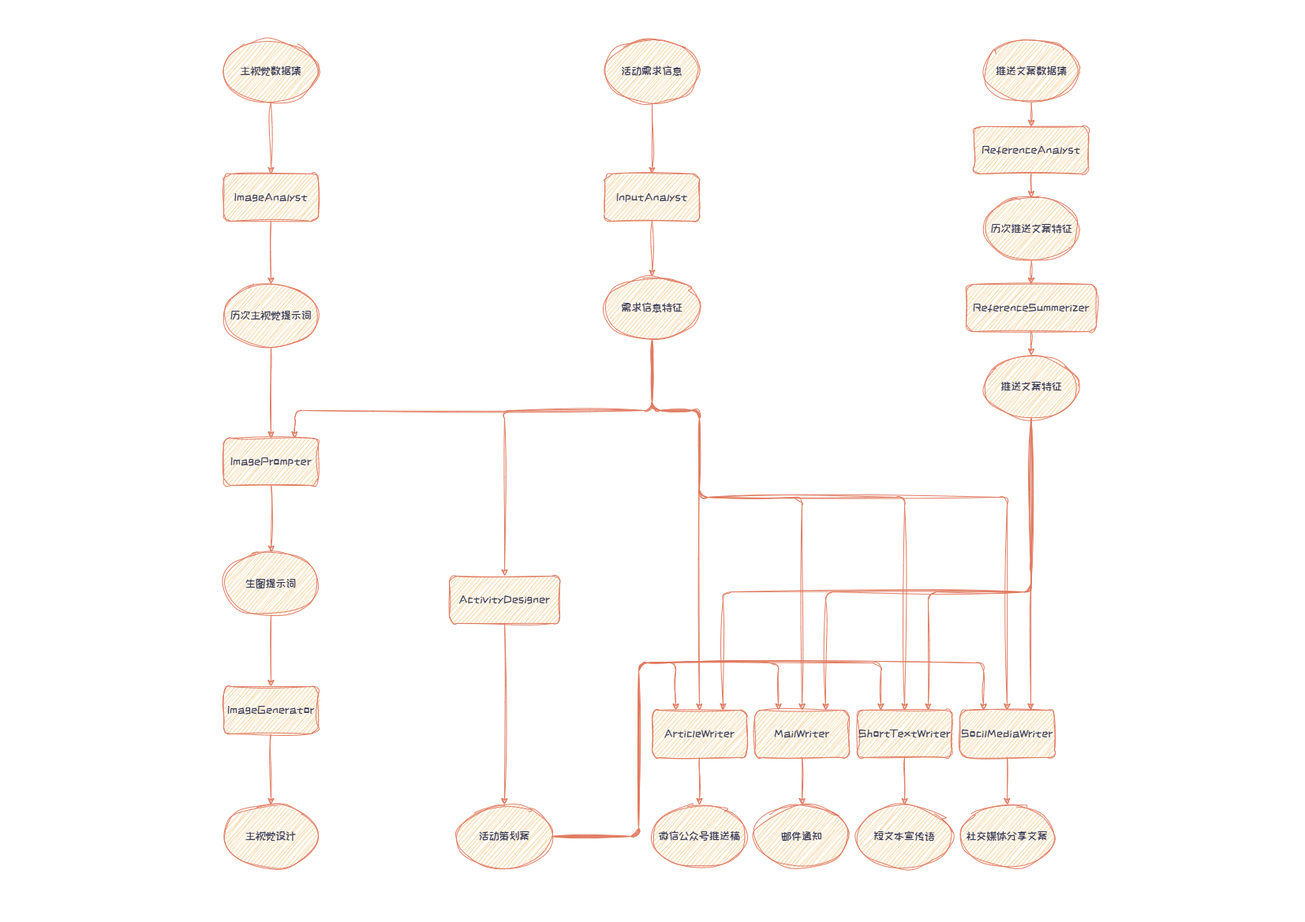
CatalpaEel/AIGame2025 keeps this draw.io diagram as docs/workflow.drawio.png. Above is the earlier version. Source tidied: cells renumbered, new cells last; positions are measured from the earlier drawing's top-left corner, leaving out a move shared by most shapes.
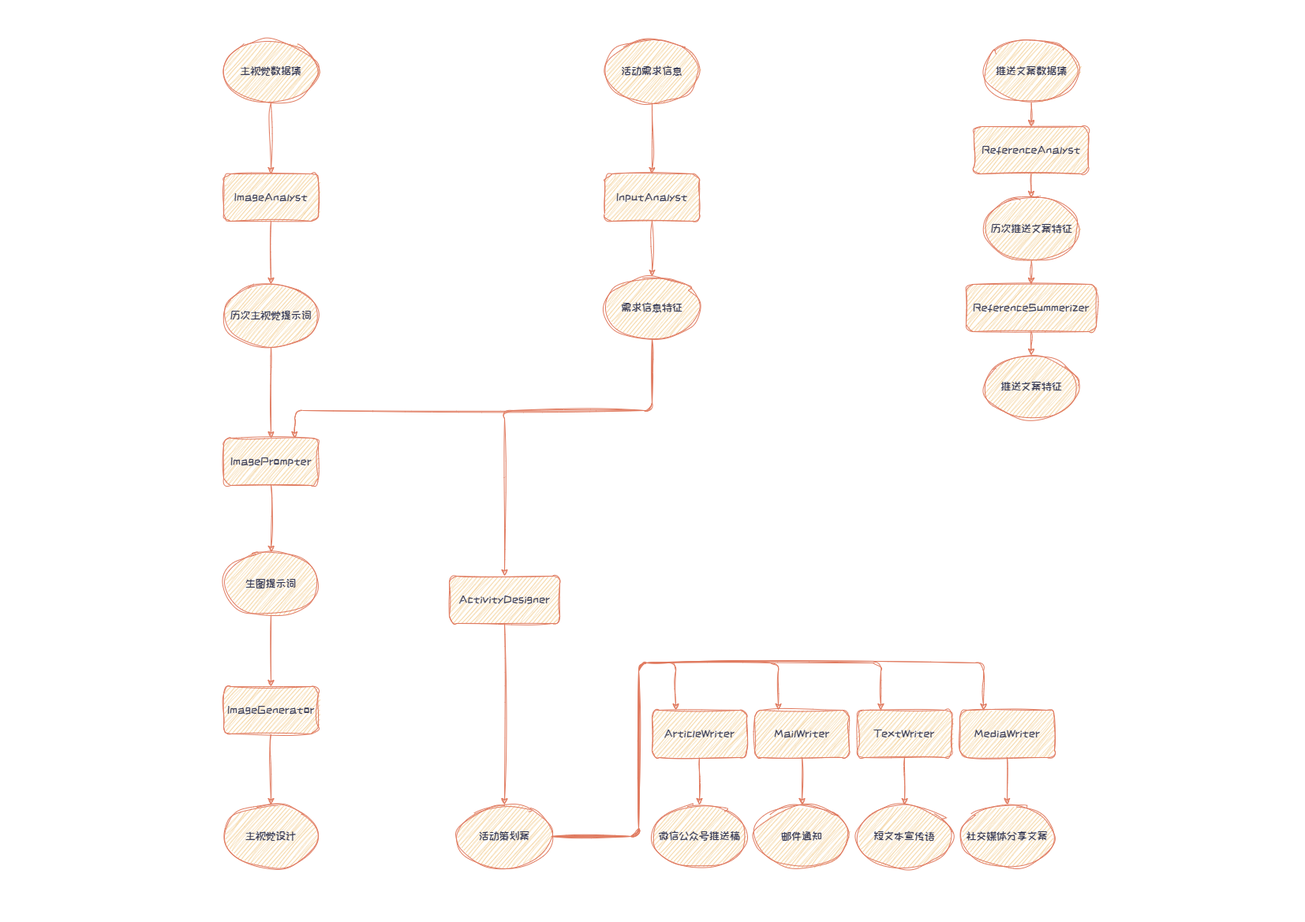
The same diagram one commit later.

What changed in the source:
```diff
@@ -40,74 +40,9 @@
     <mxCell id="13" value="历次推送文案特征" style="ellipse;whiteSpace=wrap;html=1;rounded=1;labelBackgroundColor=none;fontFamily=ZCOOL KuaiLe;fontSource=https%3A%2F%2Ffonts.googleapis.com%2Fcss%3Ffamily%3DZCOOL%2BKuaiLe;fontSize=14;fontStyle=0;textShadow=0;labelBorderColor=none;fillColor=#F2CC8F;strokeColor=#E07A5F;fontColor=#393C56;sketch=1;curveFitting=1;jiggle=2;" parent="1" vertex="1">
       <mxGeometry x="963.5" y="200" width="120" height="80" as="geometry" />
     </mxCell>
-    <mxCell id="14" style="edgeStyle=orthogonalEdgeStyle;rounded=1;jettySize=auto;html=1;exitX=0.5;exitY=1;exitDx=0;exitDy=0;entryX=0.75;entryY=0;entryDx=0;entryDy=0;labelBackgroundColor=none;fontColor=default;fontFamily=ZCOOL KuaiLe;fontSource=https%3A%2F%2Ffonts.googleapis.com%2Fcss%3Ffamily%3DZCOOL%2BKuaiLe;fontSize=14;fontStyle=0;textShadow=0;labelBorderColor=none;strokeColor=#E07A5F;sketch=1;curveFitting=1;jiggle=2;" parent="1" edge="1" source="18" target="34">
-      <mxGeometry relative="1" as="geometry">
-        <Array as="points">
-          <mxPoint x="1024" y="700" />
-          <mxPoint x="633" y="700" />
-        </Array>
-      </mxGeometry>
-    </mxCell>
-    <mxCell id="15" style="edgeStyle=orthogonalEdgeStyle;rounded=1;jettySize=auto;html=1;exitX=0.5;exitY=1;exitDx=0;exitDy=0;entryX=0.75;entryY=0;entryDx=0;entryDy=0;labelBackgroundColor=none;fontColor=default;fontFamily=ZCOOL KuaiLe;fontSource=https%3A%2F%2Ffonts.googleapis.com%2Fcss%3Ffamily%3DZCOOL%2BKuaiLe;fontSize=14;fontStyle=0;textShadow=0;labelBorderColor=none;strokeColor=#E07A5F;sketch=1;curveFitting=1;jiggle=2;" parent="1" edge="1" source="18" target="36">
-      <mxGeometry relative="1" as="geometry">
-        <Array as="points">
-          <mxPoint x="1024" y="700" />
-          <mxPoint x="763" y="700" />
-        </Array>
-      </mxGeometry>
-    </mxCell>
-    <mxCell id="16" style="edgeStyle=orthogonalEdgeStyle;rounded=1;jettySize=auto;html=1;exitX=0.5;exitY=1;exitDx=0;exitDy=0;entryX=0.75;entryY=0;entryDx=0;entryDy=0;labelBackgroundColor=none;fontColor=default;fontFamily=ZCOOL KuaiLe;fontSource=https%3A%2F%2Ffonts.googleapis.com%2Fcss%3Ffamily%3DZCOOL%2BKuaiLe;fontSize=14;fontStyle=0;textShadow=0;labelBorderColor=none;strokeColor=#E07A5F;sketch=1;curveFitting=1;jiggle=2;" parent="1" edge="1" source="18" target="38">
-      <mxGeometry relative="1" as="geometry">
-        <Array as="points">
-          <mxPoint x="1024" y="700" />
-          <mxPoint x="893" y="700" />
-        </Array>
-      </mxGeometry>
-    </mxCell>
-    <mxCell id="17" style="edgeStyle=orthogonalEdgeStyle;rounded=1;jettySize=auto;html=1;exitX=0.5;exitY=1;exitDx=0;exitDy=0;entryX=0.75;entryY=0;entryDx=0;entryDy=0;labelBackgroundColor=none;fontColor=default;fontFamily=ZCOOL KuaiLe;fontSource=https%3A%2F%2Ffonts.googleapis.com%2Fcss%3Ffamily%3DZCOOL%2BKuaiLe;fontSize=14;fontStyle=0;textShadow=0;labelBorderColor=none;strokeColor=#E07A5F;sketch=1;curveFitting=1;jiggle=2;" parent="1" edge="1" source="18" target="40">
-      <mxGeometry relative="1" as="geometry" />
-    </mxCell>
     <mxCell id="18" value="推送文案特征" style="ellipse;whiteSpace=wrap;html=1;rounded=1;labelBackgroundColor=none;fontFamily=ZCOOL KuaiLe;fontSource=https%3A%2F%2Ffonts.googleapis.com%2Fcss%3Ffamily%3DZCOOL%2BKuaiLe;fontSize=14;fontStyle=0;textShadow=0;labelBorderColor=none;fillColor=#F2CC8F;strokeColor=#E07A5F;fontColor=#393C56;sketch=1;curveFitting=1;jiggle=2;" parent="1" vertex="1">
       <mxGeometry x="963.5" y="400" width="120" height="80" as="geometry" />
     </mxCell>
-    <mxCell id="19" style="edgeStyle=orthogonalEdgeStyle;rounded=1;jettySize=auto;html=1;exitX=0.5;exitY=1;exitDx=0;exitDy=0;entryX=0.5;entryY=0;entryDx=0;entryDy=0;labelBackgroundColor=none;fontColor=default;fontFamily=ZCOOL KuaiLe;fontSource=https%3A%2F%2Ffonts.googleapis.com%2Fcss%3Ffamily%3DZCOOL%2BKuaiLe;fontSize=14;fontStyle=0;textShadow=0;labelBorderColor=none;strokeColor=#E07A5F;sketch=1;curveFitting=1;jiggle=2;" parent="1" edge="1" source="25" target="34">
-      <mxGeometry relative="1" as="geometry">
-        <Array as="points">
-          <mxPoint x="543" y="470" />
-          <mxPoint x="603" y="470" />
-        </Array>
-      </mxGeometry>
-    </mxCell>
-    <mxCell id="20" style="edgeStyle=orthogonalEdgeStyle;rounded=1;jettySize=auto;html=1;exitX=0.5;exitY=1;exitDx=0;exitDy=0;labelBackgroundColor=none;fontColor=default;fontFamily=ZCOOL KuaiLe;entryX=0.5;entryY=0;entryDx=0;entryDy=0;fontSource=https%3A%2F%2Ffonts.googleapis.com%2Fcss%3Ffamily%3DZCOOL%2BKuaiLe;fontSize=14;fontStyle=0;textShadow=0;labelBorderColor=none;strokeColor=#E07A5F;sketch=1;curveFitting=1;jiggle=2;" parent="1" edge="1" source="25" target="36">
-      <mxGeometry relative="1" as="geometry">
-        <Array as="points">
-          <mxPoint x="543" y="470" />
-          <mxPoint x="603" y="470" />
-          <mxPoint x="603" y="580" />
-          <mxPoint x="733" y="580" />
-        </Array>
-      </mxGeometry>
-    </mxCell>
-    <mxCell id="21" style="edgeStyle=orthogonalEdgeStyle;rounded=1;jettySize=auto;html=1;exitX=0.5;exitY=1;exitDx=0;exitDy=0;entryX=0.5;entryY=0;entryDx=0;entryDy=0;labelBackgroundColor=none;fontColor=default;fontFamily=ZCOOL KuaiLe;fontSource=https%3A%2F%2Ffonts.googleapis.com%2Fcss%3Ffamily%3DZCOOL%2BKuaiLe;fontSize=14;fontStyle=0;textShadow=0;labelBorderColor=none;strokeColor=#E07A5F;sketch=1;curveFitting=1;jiggle=2;" parent="1" edge="1" source="25" target="38">
-      <mxGeometry relative="1" as="geometry">
-        <Array as="points">
-          <mxPoint x="543" y="470" />
-          <mxPoint x="603" y="470" />
-          <mxPoint x="603" y="580" />
-          <mxPoint x="863" y="580" />
-        </Array>
-      </mxGeometry>
-    </mxCell>
-    <mxCell id="22" style="edgeStyle=orthogonalEdgeStyle;rounded=1;jettySize=auto;html=1;exitX=0.5;exitY=1;exitDx=0;exitDy=0;labelBackgroundColor=none;fontColor=default;fontFamily=ZCOOL KuaiLe;fontSource=https%3A%2F%2Ffonts.googleapis.com%2Fcss%3Ffamily%3DZCOOL%2BKuaiLe;fontSize=14;fontStyle=0;textShadow=0;labelBorderColor=none;strokeColor=#E07A5F;sketch=1;curveFitting=1;jiggle=2;" parent="1" edge="1" source="25" target="40">
-      <mxGeometry relative="1" as="geometry">
-        <Array as="points">
-          <mxPoint x="543" y="470" />
-          <mxPoint x="603" y="470" />
-          <mxPoint x="603" y="580" />
-          <mxPoint x="993" y="580" />
-        </Array>
-      </mxGeometry>
-    </mxCell>
     <mxCell id="23" style="edgeStyle=orthogonalEdgeStyle;rounded=1;jettySize=auto;html=1;exitX=0.5;exitY=1;exitDx=0;exitDy=0;fontFamily=ZCOOL KuaiLe;entryX=0.75;entryY=0;entryDx=0;entryDy=0;labelBackgroundColor=none;fontColor=default;fontSource=https%3A%2F%2Ffonts.googleapis.com%2Fcss%3Ffamily%3DZCOOL%2BKuaiLe;fontSize=14;fontStyle=0;textShadow=0;labelBorderColor=none;strokeColor=#E07A5F;sketch=1;curveFitting=1;jiggle=2;" parent="1" edge="1" source="25" target="49">
       <mxGeometry relative="1" as="geometry">
         <Array as="points">
@@ -187,13 +122,13 @@
     <mxCell id="37" style="edgeStyle=orthogonalEdgeStyle;rounded=1;jettySize=auto;html=1;labelBackgroundColor=none;fontColor=default;fontFamily=ZCOOL KuaiLe;fontSize=14;fontSource=https%3A%2F%2Ffonts.googleapis.com%2Fcss%3Ffamily%3DZCOOL%2BKuaiLe;fontStyle=0;textShadow=0;labelBorderColor=none;strokeColor=#E07A5F;sketch=1;curveFitting=1;jiggle=2;" parent="1" edge="1" source="38" target="43">
       <mxGeometry relative="1" as="geometry" />
     </mxCell>
-    <mxCell id="38" value="ShortTextWriter" style="rounded=1;whiteSpace=wrap;html=1;labelBackgroundColor=none;fontFamily=ZCOOL KuaiLe;fontSource=https%3A%2F%2Ffonts.googleapis.com%2Fcss%3Ffamily%3DZCOOL%2BKuaiLe;fontSize=14;fontStyle=0;textShadow=0;labelBorderColor=none;fillColor=#F2CC8F;strokeColor=#E07A5F;fontColor=#393C56;sketch=1;curveFitting=1;jiggle=2;" parent="1" vertex="1">
+    <mxCell id="38" value="TextWriter" style="rounded=1;whiteSpace=wrap;html=1;labelBackgroundColor=none;fontFamily=ZCOOL KuaiLe;fontSource=https%3A%2F%2Ffonts.googleapis.com%2Fcss%3Ffamily%3DZCOOL%2BKuaiLe;fontSize=14;fontStyle=0;textShadow=0;labelBorderColor=none;fillColor=#F2CC8F;strokeColor=#E07A5F;fontColor=#393C56;sketch=1;curveFitting=1;jiggle=2;" parent="1" vertex="1">
       <mxGeometry x="803" y="850" width="120" height="60" as="geometry" />
     </mxCell>
     <mxCell id="39" style="edgeStyle=orthogonalEdgeStyle;rounded=1;jettySize=auto;html=1;labelBackgroundColor=none;fontColor=default;fontFamily=ZCOOL KuaiLe;fontSize=14;fontSource=https%3A%2F%2Ffonts.googleapis.com%2Fcss%3Ffamily%3DZCOOL%2BKuaiLe;fontStyle=0;textShadow=0;labelBorderColor=none;strokeColor=#E07A5F;sketch=1;curveFitting=1;jiggle=2;" parent="1" edge="1" source="40" target="44">
       <mxGeometry relative="1" as="geometry" />
     </mxCell>
-    <mxCell id="40" value="SocilMediaWriter" style="rounded=1;whiteSpace=wrap;html=1;labelBackgroundColor=none;fontFamily=ZCOOL KuaiLe;fontSource=https%3A%2F%2Ffonts.googleapis.com%2Fcss%3Ffamily%3DZCOOL%2BKuaiLe;fontSize=14;fontStyle=0;textShadow=0;labelBorderColor=none;fillColor=#F2CC8F;strokeColor=#E07A5F;fontColor=#393C56;sketch=1;curveFitting=1;jiggle=2;" parent="1" vertex="1">
+    <mxCell id="40" value="MediaWriter" style="rounded=1;whiteSpace=wrap;html=1;labelBackgroundColor=none;fontFamily=ZCOOL KuaiLe;fontSource=https%3A%2F%2Ffonts.googleapis.com%2Fcss%3Ffamily%3DZCOOL%2BKuaiLe;fontSize=14;fontStyle=0;textShadow=0;labelBorderColor=none;fillColor=#F2CC8F;strokeColor=#E07A5F;fontColor=#393C56;sketch=1;curveFitting=1;jiggle=2;" parent="1" vertex="1">
       <mxGeometry x="933" y="850" width="120" height="60" as="geometry" />
     </mxCell>
     <mxCell id="41" value="微信公众号推送稿" style="ellipse;whiteSpace=wrap;html=1;rounded=1;labelBackgroundColor=none;fontFamily=ZCOOL KuaiLe;fontSize=14;fontSource=https%3A%2F%2Ffonts.googleapis.com%2Fcss%3Ffamily%3DZCOOL%2BKuaiLe;fontStyle=0;textShadow=0;labelBorderColor=none;fillColor=#F2CC8F;strokeColor=#E07A5F;fontColor=#393C56;sketch=1;curveFitting=1;jiggle=2;" parent="1" vertex="1">
```
